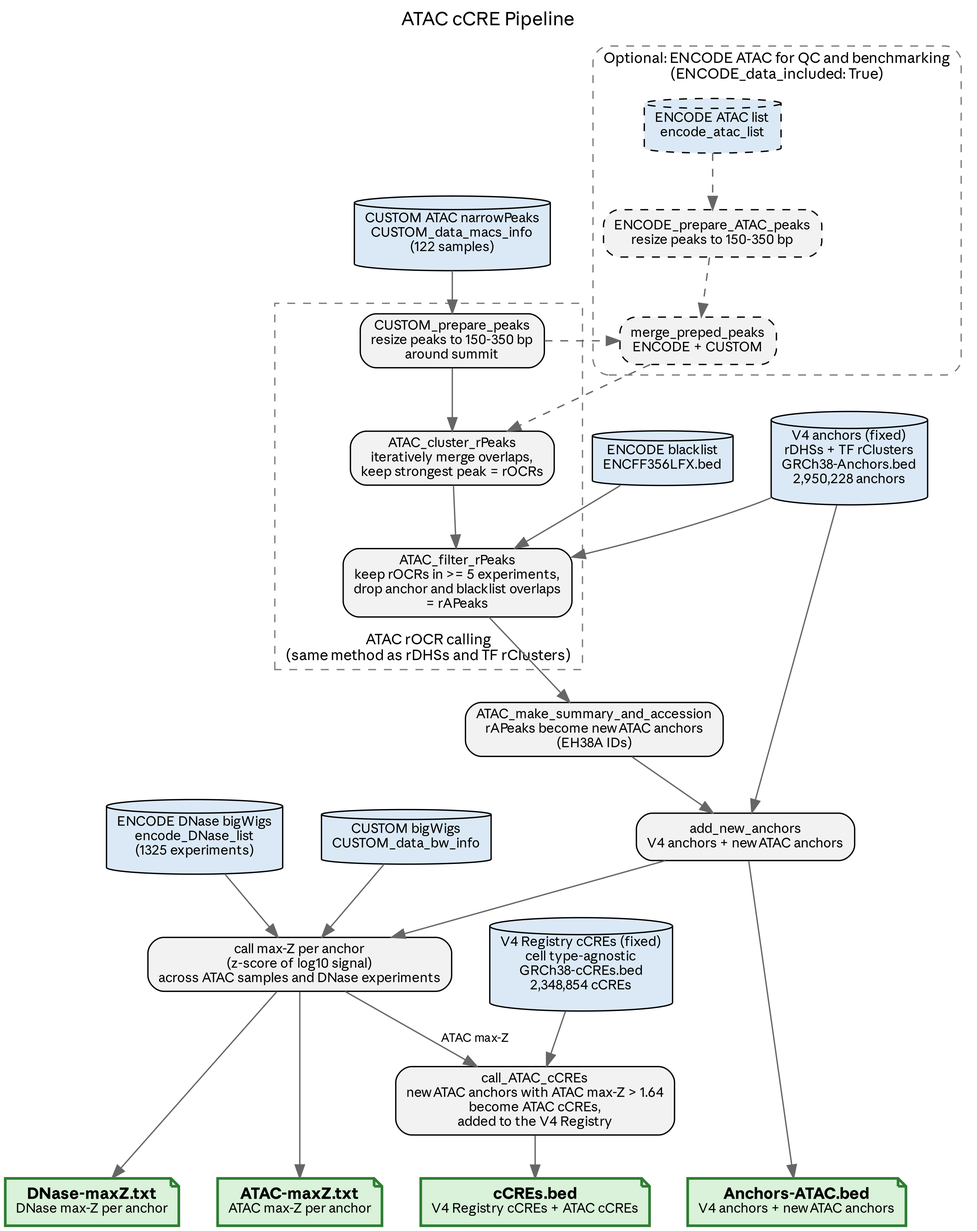
Earlier version of the Graphviz export docs/pipeline-dag.png (ramirc0/atac-ccre-pipeline-smk). Its source is kept beside it as docs/pipeline-dag.dot. Its diagram source:
```dot
digraph pipeline {
    graph [rankdir=TB, fontname="Anthropic Sans Text", nodesep=0.4, ranksep=0.45,
           label="ATAC cCRE Pipeline",
           labelloc=t, fontsize=14];
    node  [fontname="Anthropic Sans Text", fontsize=10];
    edge  [color="grey40", fontname="Anthropic Sans Text"];

    node [shape=cylinder, style=filled, fillcolor="#dbe9f6"];
    custom_np  [label="CUSTOM ATAC narrowPeaks\nCUSTOM_data_macs_info\n(122 samples)"];
    custom_bw  [label="CUSTOM bigWigs\nCUSTOM_data_bw_info"];
    encode_atac [label="ENCODE ATAC list\nencode_atac_list", style="filled,dashed"];
    dnase      [label="ENCODE DNase bigWigs\nencode_DNase_list\n(1325 experiments)"];
    rdhs       [label="V4 anchors (fixed)\nrDHSs + TF rClusters\nGRCh38-Anchors.bed\n2,950,228 anchors"];
    blacklist  [label="ENCODE blacklist\nENCFF356LFX.bed"];
    ccres      [label="V4 Registry cCREs (fixed)\ncell type-agnostic\nGRCh38-cCREs.bed\n2,348,854 cCREs"];

    node [shape=box, style="rounded,filled", fillcolor="#f2f2f2"];
    enc_prep   [label="ENCODE_prepare_ATAC_peaks\nresize peaks to 150-350 bp", style="rounded,filled,dashed"];
    prep       [label="CUSTOM_prepare_peaks\nresize peaks to 150-350 bp\naround summit"];
    merge      [label="merge_preped_peaks\nENCODE + CUSTOM", style="rounded,filled,dashed"];
    subgraph cluster_encode {
        label="Optional: ENCODE ATAC for QC and benchmarking\n(ENCODE_data_included: True)";
        labelloc=t; labeljust=r; style="dashed,rounded"; color="grey50"; fontsize=11;
        encode_atac; enc_prep; merge;
    }
    subgraph cluster_rapeaks {
        label="ATAC rOCR calling\n(same method as rDHSs and TF rClusters)";
        labelloc=b; labeljust=l; style=dashed; color="grey50"; fontsize=11;
        prep; cluster; filter;
    }
    cluster    [label="ATAC_cluster_rPeaks\niteratively merge overlaps,\nkeep strongest peak = rOCRs"];
    filter     [label="ATAC_filter_rPeaks\nkeep rOCRs in >= 5 experiments,\ndrop anchor and blacklist overlaps\n= rAPeaks"];
    accession  [label="ATAC_make_summary_and_accession\nrAPeaks become new ATAC anchors\n(EH38A IDs)"];
    anchors    [label="add_new_anchors\nV4 anchors + new ATAC anchors"];
    maxz       [label="call max-Z per anchor\n(z-score of log10 signal)\nacross ATAC samples and DNase experiments"];
    call       [label="call_ATAC_cCREs\nnew ATAC anchors with ATAC max-Z > 1.64\nbecome ATAC cCREs,\nadded to the V4 Registry"];

    subgraph outputs {
        node [shape=note, style=filled, fillcolor="#d9f2d9", color="#2e7d32", penwidth=2, fontsize=12];
        out_anchors [label=<<b>Anchors-ATAC.bed</b><br/><font point-size="10">V4 anchors + new ATAC anchors</font>>];
        out_amax    [label=<<b>ATAC-maxZ.txt</b><br/><font point-size="10">ATAC max-Z per anchor</font>>];
        out_dmax    [label=<<b>DNase-maxZ.txt</b><br/><font point-size="10">DNase max-Z per anchor</font>>];
        out_ccres   [label=<<b>cCREs.bed</b><br/><font point-size="10">V4 Registry cCREs + ATAC cCREs</font>>];
        { rank=same; out_anchors; out_amax; out_dmax; out_ccres; }
    }

    encode_atac -> enc_prep -> merge [style=dashed];
    custom_np -> prep;
    prep -> merge [style=dashed];
    merge -> cluster [style=dashed];
    prep -> cluster;
    cluster -> filter;
    rdhs -> filter;
    blacklist -> filter;
    filter -> accession -> anchors;
    rdhs -> anchors;

    anchors -> out_anchors;
    anchors -> maxz;
    custom_bw -> maxz;
    dnase -> maxz;
    maxz -> out_amax;
    maxz -> out_dmax;
    maxz -> call [label=" ATAC max-Z", fontsize=9];
    ccres -> call;
    call -> out_ccres;

    { rank=same; custom_bw; dnase; }
}
```
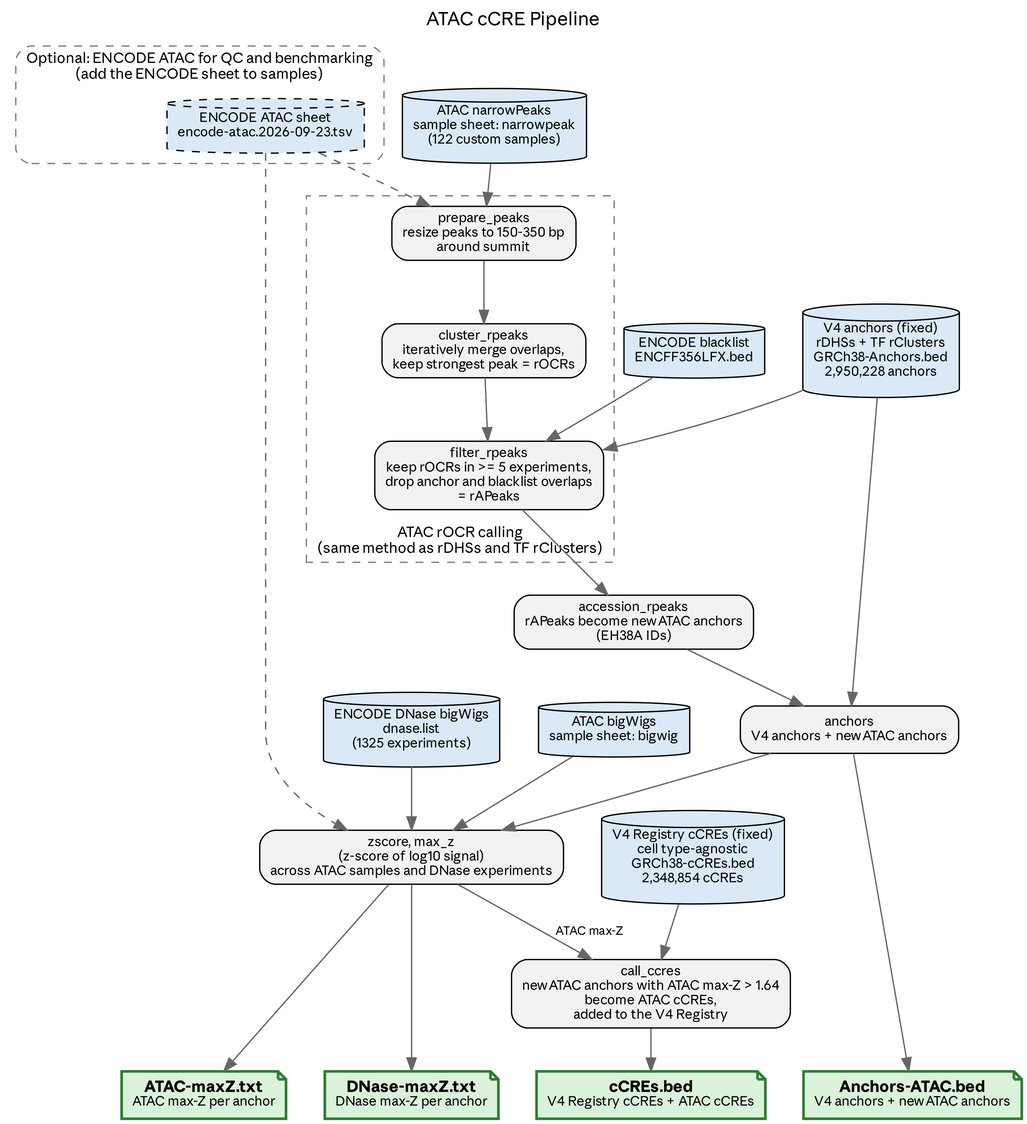
Later version of the same file.

Diff of the diagram source:
```diff
@@ -6,34 +6,32 @@
     edge  [color="grey40", fontname="Anthropic Sans Text"];
 
     node [shape=cylinder, style=filled, fillcolor="#dbe9f6"];
-    custom_np  [label="CUSTOM ATAC narrowPeaks\nCUSTOM_data_macs_info\n(122 samples)"];
-    custom_bw  [label="CUSTOM bigWigs\nCUSTOM_data_bw_info"];
-    encode_atac [label="ENCODE ATAC list\nencode_atac_list", style="filled,dashed"];
-    dnase      [label="ENCODE DNase bigWigs\nencode_DNase_list\n(1325 experiments)"];
+    custom_np  [label="ATAC narrowPeaks\nsample sheet: narrowpeak\n(122 custom samples)"];
+    custom_bw  [label="ATAC bigWigs\nsample sheet: bigwig"];
+    encode_atac [label="ENCODE ATAC sheet\nencode-atac.2026-09-23.tsv", style="filled,dashed"];
+    dnase      [label="ENCODE DNase bigWigs\ndnase.list\n(1325 experiments)"];
     rdhs       [label="V4 anchors (fixed)\nrDHSs + TF rClusters\nGRCh38-Anchors.bed\n2,950,228 anchors"];
     blacklist  [label="ENCODE blacklist\nENCFF356LFX.bed"];
     ccres      [label="V4 Registry cCREs (fixed)\ncell type-agnostic\nGRCh38-cCREs.bed\n2,348,854 cCREs"];
 
     node [shape=box, style="rounded,filled", fillcolor="#f2f2f2"];
-    enc_prep   [label="ENCODE_prepare_ATAC_peaks\nresize peaks to 150-350 bp", style="rounded,filled,dashed"];
-    prep       [label="CUSTOM_prepare_peaks\nresize peaks to 150-350 bp\naround summit"];
-    merge      [label="merge_preped_peaks\nENCODE + CUSTOM", style="rounded,filled,dashed"];
+    prep       [label="prepare_peaks\nresize peaks to 150-350 bp\naround summit"];
     subgraph cluster_encode {
-        label="Optional: ENCODE ATAC for QC and benchmarking\n(ENCODE_data_included: True)";
+        label="Optional: ENCODE ATAC for QC and benchmarking\n(add the ENCODE sheet to samples)";
         labelloc=t; labeljust=r; style="dashed,rounded"; color="grey50"; fontsize=11;
-        encode_atac; enc_prep; merge;
+        encode_atac;
     }
     subgraph cluster_rapeaks {
         label="ATAC rOCR calling\n(same method as rDHSs and TF rClusters)";
         labelloc=b; labeljust=l; style=dashed; color="grey50"; fontsize=11;
         prep; cluster; filter;
     }
-    cluster    [label="ATAC_cluster_rPeaks\niteratively merge overlaps,\nkeep strongest peak = rOCRs"];
-    filter     [label="ATAC_filter_rPeaks\nkeep rOCRs in >= 5 experiments,\ndrop anchor and blacklist overlaps\n= rAPeaks"];
-    accession  [label="ATAC_make_summary_and_accession\nrAPeaks become new ATAC anchors\n(EH38A IDs)"];
-    anchors    [label="add_new_anchors\nV4 anchors + new ATAC anchors"];
-    maxz       [label="call max-Z per anchor\n(z-score of log10 signal)\nacross ATAC samples and DNase experiments"];
-    call       [label="call_ATAC_cCREs\nnew ATAC anchors with ATAC max-Z > 1.64\nbecome ATAC cCREs,\nadded to the V4 Registry"];
+    cluster    [label="cluster_rpeaks\niteratively merge overlaps,\nkeep strongest peak = rOCRs"];
+    filter     [label="filter_rpeaks\nkeep rOCRs in >= 5 experiments,\ndrop anchor and blacklist overlaps\n= rAPeaks"];
+    accession  [label="accession_rpeaks\nrAPeaks become new ATAC anchors\n(EH38A IDs)"];
+    anchors    [label="anchors\nV4 anchors + new ATAC anchors"];
+    maxz       [label="zscore, max_z\n(z-score of log10 signal)\nacross ATAC samples and DNase experiments"];
+    call       [label="call_ccres\nnew ATAC anchors with ATAC max-Z > 1.64\nbecome ATAC cCREs,\nadded to the V4 Registry"];
 
     subgraph outputs {
         node [shape=note, style=filled, fillcolor="#d9f2d9", color="#2e7d32", penwidth=2, fontsize=12];
@@ -44,10 +42,9 @@
         { rank=same; out_anchors; out_amax; out_dmax; out_ccres; }
     }
 
-    encode_atac -> enc_prep -> merge [style=dashed];
+    encode_atac -> prep [style=dashed];
+    encode_atac -> maxz [style=dashed];
     custom_np -> prep;
-    prep -> merge [style=dashed];
-    merge -> cluster [style=dashed];
     prep -> cluster;
     cluster -> filter;
     rdhs -> filter;
```
